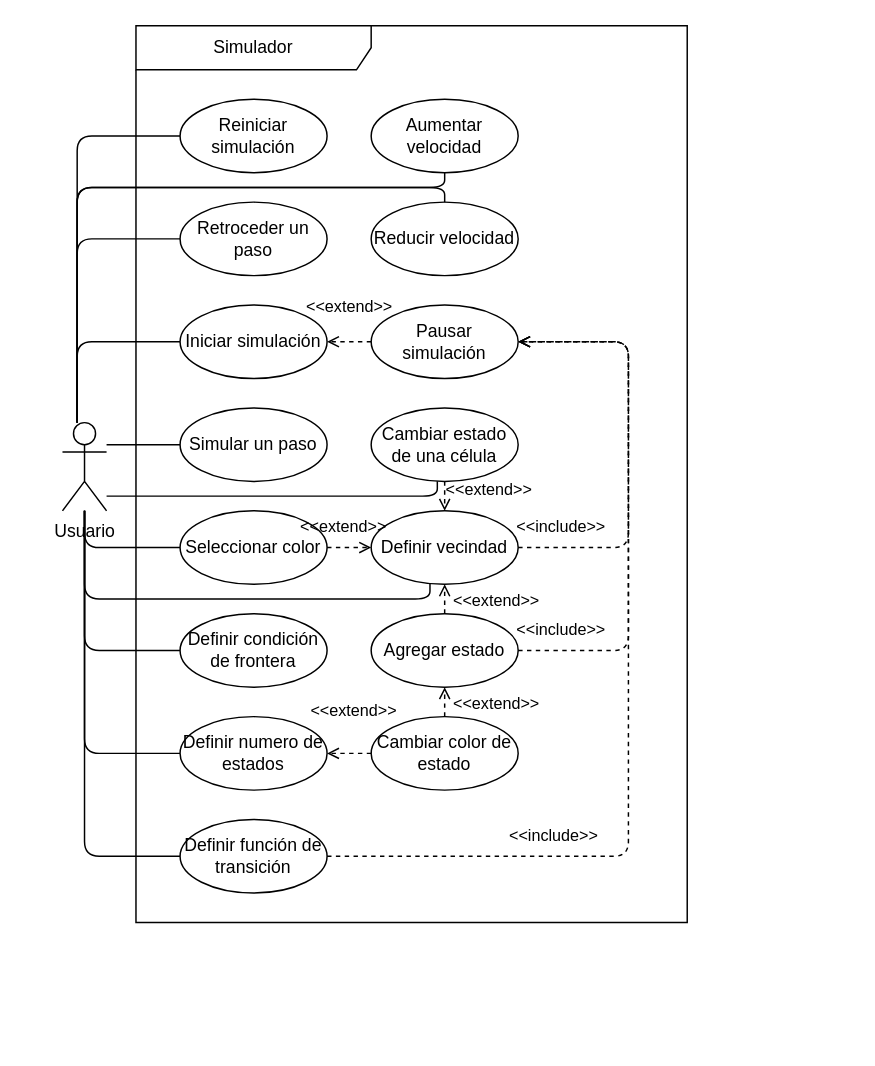
Earlier version of the draw.io diagram Documentation/_resources/UML_UCD.drawio (JesseAngeles/Automatas-Celulares-Neuronales). Source tidied: cells renumbered, new cells numbered last; positions are measured from the earlier drawing's top-left corner, leaving out a move shared by most shapes. Both pictures are drawn from the tidied source at 147%, with x=0, y=0 at pixel (62, 25).
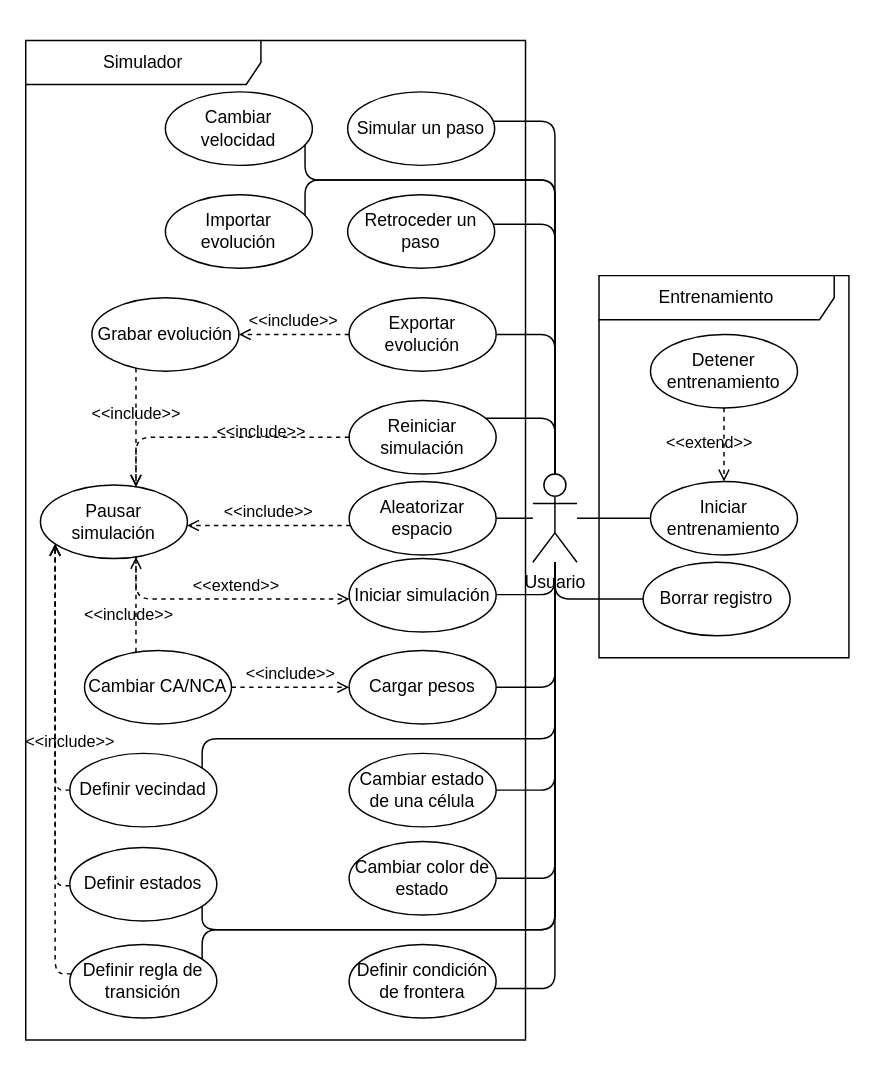
The same diagram, later.

What changed in the source:
```diff
@@
+    <mxCell id="6" value="Entrenamiento" style="shape=umlFrame;whiteSpace=wrap;html=1;width=160;" parent="1" vertex="1">
+      <mxGeometry x="365" y="170" width="170" height="260" as="geometry" />
+    </mxCell>
+    <mxCell id="40" value="Iniciar entrenamiento" style="ellipse;whiteSpace=wrap;html=1;" parent="6" vertex="1">
+      <mxGeometry x="35" y="140" width="100" height="50" as="geometry" />
+    </mxCell>
+    <mxCell id="41" value="Detener entrenamiento" style="ellipse;whiteSpace=wrap;html=1;" parent="6" vertex="1">
+      <mxGeometry x="35" y="40" width="100" height="50" as="geometry" />
+    </mxCell>
+    <mxCell id="42" value="Borrar registro" style="ellipse;whiteSpace=wrap;html=1;" parent="6" vertex="1">
+      <mxGeometry x="30" y="195" width="100" height="50" as="geometry" />
+    </mxCell>
+    <mxCell id="43" value="&amp;lt;&amp;lt;extend&amp;gt;&amp;gt;" style="html=1;verticalAlign=bottom;labelBackgroundColor=none;endArrow=open;endFill=0;dashed=1;edgeStyle=orthogonalEdgeStyle;" parent="6" edge="1" source="41" target="40">
+      <mxGeometry x="0.33" y="-10" relative="1" as="geometry" />
+    </mxCell>
+    <mxCell id="44" value="Simulador" style="shape=umlFrame;whiteSpace=wrap;html=1;width=160;" parent="1" vertex="1">
+      <mxGeometry x="-25" y="10" width="340" height="680" as="geometry" />
+    </mxCell>
+    <mxCell id="45" value="Cargar pesos" style="ellipse;whiteSpace=wrap;html=1;" parent="44" vertex="1">
+      <mxGeometry x="220" y="415" width="100" height="50" as="geometry" />
+    </mxCell>
+    <mxCell id="46" value="Cambiar CA/NCA" style="ellipse;whiteSpace=wrap;html=1;" parent="44" vertex="1">
+      <mxGeometry x="40" y="415" width="100" height="50" as="geometry" />
+    </mxCell>
+    <mxCell id="9" value="Definir vecindad" style="ellipse;whiteSpace=wrap;html=1;" parent="44" vertex="1">
+      <mxGeometry x="30" y="485" width="100" height="50" as="geometry" />
+    </mxCell>
+    <mxCell id="5" value="Definir estados" style="ellipse;whiteSpace=wrap;html=1;" parent="44" vertex="1">
+      <mxGeometry x="30" y="549" width="100" height="50" as="geometry" />
+    </mxCell>
+    <mxCell id="8" value="Definir condición de frontera" style="ellipse;whiteSpace=wrap;html=1;" parent="44" vertex="1">
+      <mxGeometry x="220" y="615" width="100" height="50" as="geometry" />
+    </mxCell>
+    <mxCell id="12" value="Cambiar color de estado" style="ellipse;whiteSpace=wrap;html=1;" parent="44" vertex="1">
+      <mxGeometry x="220" y="545" width="100" height="50" as="geometry" />
+    </mxCell>
+    <mxCell id="7" value="Definir regla de transición" style="ellipse;whiteSpace=wrap;html=1;" parent="44" vertex="1">
+      <mxGeometry x="30" y="615" width="100" height="50" as="geometry" />
+    </mxCell>
-    <mxCell id="2" value="Cambiar estado de una célula" style="ellipse;whiteSpace=wrap;html=1;" parent="1" vertex="1">
-      <mxGeometry x="210" y="260" width="100" height="50" as="geometry" />
+    <mxCell id="2" value="Cambiar estado de una célula" style="ellipse;whiteSpace=wrap;html=1;" parent="44" vertex="1">
+      <mxGeometry x="220" y="485" width="100" height="50" as="geometry" />
     </mxCell>
-    <mxCell id="3" style="endArrow=none;html=1;edgeStyle=orthogonalEdgeStyle;" parent="1" edge="1" source="25" target="18">
-      <mxGeometry relative="1" as="geometry">
-        <Array as="points">
-          <mxPoint x="10" y="215" />
-        </Array>
-      </mxGeometry>
-    </mxCell>
-    <mxCell id="4" value="Simular un paso" style="ellipse;whiteSpace=wrap;html=1;" parent="1" vertex="1">
-      <mxGeometry x="80" y="260" width="100" height="50" as="geometry" />
-    </mxCell>
-    <mxCell id="5" value="Definir numero de estados" style="ellipse;whiteSpace=wrap;html=1;" parent="1" vertex="1">
-      <mxGeometry x="80" y="470" width="100" height="50" as="geometry" />
-    </mxCell>
-    <mxCell id="6" value="Simulador" style="shape=umlFrame;whiteSpace=wrap;html=1;width=160;" parent="1" vertex="1">
-      <mxGeometry x="50" width="375" height="610" as="geometry" />
-    </mxCell>
-    <mxCell id="7" value="Definir función de transición" style="ellipse;whiteSpace=wrap;html=1;" parent="6" vertex="1">
-      <mxGeometry x="30" y="540" width="100" height="50" as="geometry" />
-    </mxCell>
-    <mxCell id="8" value="Definir condición de frontera" style="ellipse;whiteSpace=wrap;html=1;" parent="6" vertex="1">
-      <mxGeometry x="30" y="400" width="100" height="50" as="geometry" />
-    </mxCell>
-    <mxCell id="9" value="Definir vecindad" style="ellipse;whiteSpace=wrap;html=1;" parent="6" vertex="1">
-      <mxGeometry x="160" y="330" width="100" height="50" as="geometry" />
-    </mxCell>
-    <mxCell id="10" value="Agregar estado" style="ellipse;whiteSpace=wrap;html=1;" parent="6" vertex="1">
-      <mxGeometry x="160" y="400" width="100" height="50" as="geometry" />
-    </mxCell>
-    <mxCell id="11" value="&amp;lt;&amp;lt;extend&amp;gt;&amp;gt;" style="html=1;verticalAlign=bottom;labelBackgroundColor=none;endArrow=open;endFill=0;dashed=1;edgeStyle=orthogonalEdgeStyle;" parent="6" edge="1" source="10" target="9">
-      <mxGeometry x="-1" y="-35" relative="1" as="geometry" />
-    </mxCell>
-    <mxCell id="12" value="Cambiar color de estado" style="ellipse;whiteSpace=wrap;html=1;" parent="6" vertex="1">
-      <mxGeometry x="160" y="470" width="100" height="50" as="geometry" />
-    </mxCell>
-    <mxCell id="13" value="&amp;lt;&amp;lt;extend&amp;gt;&amp;gt;" style="html=1;verticalAlign=bottom;labelBackgroundColor=none;endArrow=open;endFill=0;dashed=1;edgeStyle=orthogonalEdgeStyle;" parent="6" edge="1" source="12" target="10">
-      <mxGeometry x="-1" y="-35" relative="1" as="geometry" />
-    </mxCell>
-    <mxCell id="14" value="Reiniciar simulación" style="ellipse;whiteSpace=wrap;html=1;" parent="6" vertex="1">
-      <mxGeometry x="30" y="50" width="100" height="50" as="geometry" />
+    <mxCell id="14" value="Reiniciar simulación" style="ellipse;whiteSpace=wrap;html=1;" parent="44" vertex="1">
+      <mxGeometry x="220" y="245" width="100" height="50" as="geometry" />
     </mxCell>
-    <mxCell id="15" value="Retroceder un paso" style="ellipse;whiteSpace=wrap;html=1;" parent="6" vertex="1">
-      <mxGeometry x="30" y="120" width="100" height="50" as="geometry" />
-    </mxCell>
-    <mxCell id="16" value="Aumentar velocidad" style="ellipse;whiteSpace=wrap;html=1;" parent="6" vertex="1">
-      <mxGeometry x="160" y="50" width="100" height="50" as="geometry" />
-    </mxCell>
-    <mxCell id="17" value="Reducir velocidad" style="ellipse;whiteSpace=wrap;html=1;" parent="6" vertex="1">
-      <mxGeometry x="160" y="120" width="100" height="50" as="geometry" />
-    </mxCell>
+    <mxCell id="47" value="Aleatorizar espacio" style="ellipse;whiteSpace=wrap;html=1;" parent="44" vertex="1">
+      <mxGeometry x="220" y="300" width="100" height="50" as="geometry" />
+    </mxCell>
-    <mxCell id="18" value="Iniciar simulación" style="ellipse;whiteSpace=wrap;html=1;" parent="6" vertex="1">
-      <mxGeometry x="30" y="190" width="100" height="50" as="geometry" />
+    <mxCell id="18" value="Iniciar simulación" style="ellipse;whiteSpace=wrap;html=1;" parent="44" vertex="1">
+      <mxGeometry x="220" y="352.5" width="100" height="50" as="geometry" />
     </mxCell>
-    <mxCell id="19" value="Pausar simulación" style="ellipse;whiteSpace=wrap;html=1;" parent="6" vertex="1">
-      <mxGeometry x="160" y="190" width="100" height="50" as="geometry" />
+    <mxCell id="19" value="Pausar simulación" style="ellipse;whiteSpace=wrap;html=1;" parent="44" vertex="1">
+      <mxGeometry x="10" y="302.5" width="100" height="50" as="geometry" />
     </mxCell>
+    <mxCell id="48" value="&amp;lt;&amp;lt;include&amp;gt;&amp;gt;" style="html=1;verticalAlign=bottom;labelBackgroundColor=none;endArrow=open;endFill=0;dashed=1;edgeStyle=orthogonalEdgeStyle;" parent="44" edge="1" source="14" target="19">
+      <mxGeometry x="-0.33" y="5" relative="1" as="geometry">
+        <Array as="points">
+          <mxPoint x="75" y="270" />
+        </Array>
+      </mxGeometry>
+    </mxCell>
+    <mxCell id="49" value="&amp;lt;&amp;lt;include&amp;gt;&amp;gt;" style="html=1;verticalAlign=bottom;labelBackgroundColor=none;endArrow=open;endFill=0;dashed=1;edgeStyle=orthogonalEdgeStyle;" parent="44" edge="1" source="47" target="19">
+      <mxGeometry relative="1" as="geometry">
+        <Array as="points">
+          <mxPoint x="145" y="330" />
+          <mxPoint x="145" y="330" />
+        </Array>
+      </mxGeometry>
+    </mxCell>
+    <mxCell id="23" value="&amp;lt;&amp;lt;extend&amp;gt;&amp;gt;" style="html=1;verticalAlign=bottom;labelBackgroundColor=none;endArrow=open;endFill=0;dashed=1;edgeStyle=orthogonalEdgeStyle;" parent="44" edge="1" source="19" target="18">
+      <mxGeometry x="0.12" relative="1" as="geometry">
+        <Array as="points">
+          <mxPoint x="75" y="380" />
+        </Array>
+      </mxGeometry>
+    </mxCell>
+    <mxCell id="50" value="&amp;lt;&amp;lt;include&amp;gt;&amp;gt;" style="html=1;verticalAlign=bottom;labelBackgroundColor=none;endArrow=open;endFill=0;dashed=1;edgeStyle=orthogonalEdgeStyle;" parent="44" edge="1" source="51" target="52">
+      <mxGeometry relative="1" as="geometry" />
+    </mxCell>
+    <mxCell id="51" value="Exportar evolución" style="ellipse;whiteSpace=wrap;html=1;" parent="44" vertex="1">
+      <mxGeometry x="220" y="175" width="100" height="50" as="geometry" />
+    </mxCell>
+    <mxCell id="52" value="Grabar evolución" style="ellipse;whiteSpace=wrap;html=1;" parent="44" vertex="1">
+      <mxGeometry x="45" y="175" width="100" height="50" as="geometry" />
+    </mxCell>
+    <mxCell id="53" value="Importar evolución" style="ellipse;whiteSpace=wrap;html=1;" parent="44" vertex="1">
+      <mxGeometry x="95" y="105" width="100" height="50" as="geometry" />
+    </mxCell>
+    <mxCell id="15" value="Retroceder un paso" style="ellipse;whiteSpace=wrap;html=1;" parent="44" vertex="1">
+      <mxGeometry x="219" y="105" width="100" height="50" as="geometry" />
+    </mxCell>
+    <mxCell id="4" value="Simular un paso" style="ellipse;whiteSpace=wrap;html=1;" parent="44" vertex="1">
+      <mxGeometry x="219" y="35" width="100" height="50" as="geometry" />
+    </mxCell>
+    <mxCell id="16" value="Cambiar velocidad" style="ellipse;whiteSpace=wrap;html=1;" parent="44" vertex="1">
+      <mxGeometry x="95" y="35" width="100" height="50" as="geometry" />
+    </mxCell>
+    <mxCell id="54" value="&amp;lt;&amp;lt;include&amp;gt;&amp;gt;" style="html=1;verticalAlign=bottom;labelBackgroundColor=none;endArrow=open;endFill=0;dashed=1;edgeStyle=orthogonalEdgeStyle;" parent="44" edge="1" source="52" target="19">
+      <mxGeometry relative="1" as="geometry">
+        <Array as="points">
+          <mxPoint x="75" y="265" />
+          <mxPoint x="75" y="265" />
+        </Array>
+      </mxGeometry>
+    </mxCell>
+    <mxCell id="55" value="&amp;lt;&amp;lt;include&amp;gt;&amp;gt;" style="html=1;verticalAlign=bottom;labelBackgroundColor=none;endArrow=open;endFill=0;dashed=1;edgeStyle=orthogonalEdgeStyle;" parent="44" edge="1" source="46" target="45">
+      <mxGeometry relative="1" as="geometry" />
+    </mxCell>
+    <mxCell id="56" value="&amp;lt;&amp;lt;include&amp;gt;&amp;gt;" style="html=1;verticalAlign=bottom;labelBackgroundColor=none;endArrow=open;endFill=0;dashed=1;edgeStyle=orthogonalEdgeStyle;" parent="44" edge="1" source="46" target="19">
+      <mxGeometry x="-0.5" y="5" relative="1" as="geometry">
+        <Array as="points">
+          <mxPoint x="75" y="395" />
+          <mxPoint x="75" y="395" />
+        </Array>
+      </mxGeometry>
+    </mxCell>
-    <mxCell id="20" value="&amp;lt;&amp;lt;include&amp;gt;&amp;gt;" style="html=1;verticalAlign=bottom;labelBackgroundColor=none;endArrow=open;endFill=0;dashed=1;edgeStyle=orthogonalEdgeStyle;" parent="6" edge="1" source="7" target="19">
-      <mxGeometry x="-0.51" y="5" relative="1" as="geometry">
+    <mxCell id="20" style="html=1;verticalAlign=bottom;labelBackgroundColor=none;endArrow=open;endFill=0;dashed=1;edgeStyle=orthogonalEdgeStyle;" parent="44" edge="1" source="7" target="19">
+      <mxGeometry relative="1" as="geometry">
         <Array as="points">
-          <mxPoint x="335" y="565" />
-          <mxPoint x="335" y="215" />
+          <mxPoint x="20" y="635" />
         </Array>
       </mxGeometry>
     </mxCell>
-    <mxCell id="21" value="&amp;lt;&amp;lt;include&amp;gt;&amp;gt;" style="html=1;verticalAlign=bottom;labelBackgroundColor=none;endArrow=open;endFill=0;dashed=1;edgeStyle=orthogonalEdgeStyle;" parent="6" edge="1" source="10" target="19">
-      <mxGeometry x="-0.84" y="5" relative="1" as="geometry">
-        <Array as="points">
-          <mxPoint x="335" y="425" />
-          <mxPoint x="335" y="215" />
-        </Array>
-      </mxGeometry>
-    </mxCell>
+    <mxCell id="57" style="html=1;verticalAlign=bottom;labelBackgroundColor=none;endArrow=open;endFill=0;dashed=1;edgeStyle=orthogonalEdgeStyle;" parent="44" edge="1" source="5" target="19">
+      <mxGeometry relative="1" as="geometry">
+        <Array as="points">
+          <mxPoint x="20" y="575" />
+        </Array>
+      </mxGeometry>
+    </mxCell>
-    <mxCell id="22" value="&amp;lt;&amp;lt;include&amp;gt;&amp;gt;" style="html=1;verticalAlign=bottom;labelBackgroundColor=none;endArrow=open;endFill=0;dashed=1;edgeStyle=orthogonalEdgeStyle;" parent="6" edge="1" source="9" target="19">
-      <mxGeometry x="-0.8" y="5" relative="1" as="geometry">
+    <mxCell id="22" value="&amp;lt;&amp;lt;include&amp;gt;&amp;gt;" style="html=1;verticalAlign=bottom;labelBackgroundColor=none;endArrow=open;endFill=0;dashed=1;edgeStyle=orthogonalEdgeStyle;" parent="44" edge="1" source="9" target="19">
+      <mxGeometry x="-0.62" y="-10" relative="1" as="geometry">
         <Array as="points">
-          <mxPoint x="335" y="355" />
-          <mxPoint x="335" y="215" />
+          <mxPoint x="20" y="510" />
         </Array>
       </mxGeometry>
     </mxCell>
-    <mxCell id="23" value="&amp;lt;&amp;lt;extend&amp;gt;&amp;gt;" style="html=1;verticalAlign=bottom;labelBackgroundColor=none;endArrow=open;endFill=0;dashed=1;edgeStyle=orthogonalEdgeStyle;" parent="6" edge="1" source="19" target="18">
-      <mxGeometry y="-15" relative="1" as="geometry" />
-    </mxCell>
-    <mxCell id="24" style="endArrow=none;html=1;edgeStyle=orthogonalEdgeStyle;" parent="1" edge="1" source="25" target="14">
-      <mxGeometry relative="1" as="geometry">
-        <Array as="points">
-          <mxPoint x="10" y="75" />
-        </Array>
-      </mxGeometry>
-    </mxCell>
+    <mxCell id="58" style="endArrow=none;html=1;edgeStyle=orthogonalEdgeStyle;" parent="1" edge="1" source="40" target="25">
+      <mxGeometry relative="1" as="geometry" />
+    </mxCell>
+    <mxCell id="59" style="endArrow=none;html=1;edgeStyle=orthogonalEdgeStyle;" parent="1" edge="1" source="42" target="25">
+      <mxGeometry relative="1" as="geometry">
+        <Array as="points">
+          <mxPoint x="335" y="390" />
+        </Array>
+      </mxGeometry>
+    </mxCell>
     <mxCell id="25" value="Usuario" style="shape=umlActor;verticalLabelPosition=bottom;verticalAlign=top;html=1;outlineConnect=0;" parent="1" vertex="1">
-      <mxGeometry y="270" width="30" height="60" as="geometry" />
+      <mxGeometry x="320" y="305" width="30" height="60" as="geometry" />
     </mxCell>
-    <mxCell id="26" style="endArrow=none;html=1;edgeStyle=orthogonalEdgeStyle;" parent="1" edge="1" source="25" target="15">
-      <mxGeometry relative="1" as="geometry">
-        <Array as="points">
-          <mxPoint x="10" y="145" />
-        </Array>
-      </mxGeometry>
-    </mxCell>
-    <mxCell id="27" style="endArrow=none;html=1;edgeStyle=orthogonalEdgeStyle;" parent="1" edge="1" source="25" target="17">
-      <mxGeometry relative="1" as="geometry">
-        <Array as="points">
-          <mxPoint x="10" y="110" />
-          <mxPoint x="260" y="110" />
-        </Array>
-      </mxGeometry>
-    </mxCell>
-    <mxCell id="28" style="endArrow=none;html=1;edgeStyle=orthogonalEdgeStyle;" parent="1" edge="1" source="25" target="4">
-      <mxGeometry relative="1" as="geometry">
-        <Array as="points">
-          <mxPoint x="60" y="285" />
-          <mxPoint x="60" y="285" />
-        </Array>
-      </mxGeometry>
-    </mxCell>
-    <mxCell id="29" style="endArrow=none;html=1;edgeStyle=orthogonalEdgeStyle;" parent="1" edge="1" source="25" target="16">
-      <mxGeometry relative="1" as="geometry">
-        <Array as="points">
-          <mxPoint x="10" y="110" />
-          <mxPoint x="260" y="110" />
-        </Array>
-      </mxGeometry>
-    </mxCell>
-    <mxCell id="30" value="Seleccionar color" style="ellipse;whiteSpace=wrap;html=1;" parent="1" vertex="1">
-      <mxGeometry x="80" y="330" width="100" height="50" as="geometry" />
-    </mxCell>
-    <mxCell id="31" style="endArrow=none;html=1;edgeStyle=orthogonalEdgeStyle;" parent="1" edge="1" source="25" target="30">
-      <mxGeometry relative="1" as="geometry">
-        <Array as="points">
-          <mxPoint x="15" y="355" />
-        </Array>
-      </mxGeometry>
-    </mxCell>
+    <mxCell id="35" style="endArrow=none;html=1;edgeStyle=orthogonalEdgeStyle;" parent="1" edge="1" source="25" target="2">
+      <mxGeometry relative="1" as="geometry">
+        <Array as="points">
+          <mxPoint x="335" y="520" />
+        </Array>
+      </mxGeometry>
+    </mxCell>
+    <mxCell id="60" style="endArrow=none;html=1;edgeStyle=orthogonalEdgeStyle;" parent="1" edge="1" source="25" target="12">
+      <mxGeometry relative="1" as="geometry">
+        <Array as="points">
+          <mxPoint x="335" y="580" />
+        </Array>
+      </mxGeometry>
+    </mxCell>
+    <mxCell id="61" style="endArrow=none;html=1;edgeStyle=orthogonalEdgeStyle;" parent="1" edge="1" source="45" target="25">
+      <mxGeometry relative="1" as="geometry">
+        <Array as="points">
+          <mxPoint x="335" y="450" />
+        </Array>
+      </mxGeometry>
+    </mxCell>
+    <mxCell id="62" style="endArrow=none;html=1;edgeStyle=orthogonalEdgeStyle;" parent="1" edge="1" source="14" target="25">
+      <mxGeometry relative="1" as="geometry">
+        <Array as="points">
+          <mxPoint x="335" y="267" />
+        </Array>
+      </mxGeometry>
+    </mxCell>
+    <mxCell id="63" style="endArrow=none;html=1;edgeStyle=orthogonalEdgeStyle;" parent="1" edge="1" source="47" target="25">
+      <mxGeometry relative="1" as="geometry" />
+    </mxCell>
+    <mxCell id="3" style="endArrow=none;html=1;edgeStyle=orthogonalEdgeStyle;" parent="1" edge="1" source="25" target="18">
+      <mxGeometry relative="1" as="geometry">
+        <Array as="points">
+          <mxPoint x="335" y="387" />
+        </Array>
+      </mxGeometry>
+    </mxCell>
+    <mxCell id="64" style="endArrow=none;html=1;edgeStyle=orthogonalEdgeStyle;" parent="1" edge="1" source="51" target="25">
+      <mxGeometry relative="1" as="geometry">
+        <Array as="points">
+          <mxPoint x="335" y="210" />
+        </Array>
+      </mxGeometry>
+    </mxCell>
+    <mxCell id="65" style="endArrow=none;html=1;edgeStyle=orthogonalEdgeStyle;" parent="1" edge="1" source="15" target="25">
+      <mxGeometry relative="1" as="geometry">
+        <Array as="points">
+          <mxPoint x="335" y="135" />
+        </Array>
+      </mxGeometry>
+    </mxCell>
+    <mxCell id="66" style="endArrow=none;html=1;edgeStyle=orthogonalEdgeStyle;" parent="1" edge="1" source="4" target="25">
+      <mxGeometry relative="1" as="geometry">
+        <Array as="points">
+          <mxPoint x="335" y="65" />
+        </Array>
+      </mxGeometry>
+    </mxCell>
+    <mxCell id="39" style="endArrow=none;html=1;edgeStyle=orthogonalEdgeStyle;" parent="1" edge="1" source="25" target="8">
+      <mxGeometry relative="1" as="geometry">
+        <Array as="points">
+          <mxPoint x="335" y="655" />
+        </Array>
+      </mxGeometry>
+    </mxCell>
     <mxCell id="32" style="endArrow=none;html=1;edgeStyle=orthogonalEdgeStyle;" parent="1" edge="1" source="25" target="9">
       <mxGeometry relative="1" as="geometry">
         <Array as="points">
-          <mxPoint x="15" y="390" />
-          <mxPoint x="250" y="390" />
+          <mxPoint x="335" y="485" />
+          <mxPoint x="95" y="485" />
         </Array>
       </mxGeometry>
     </mxCell>
+    <mxCell id="67" style="endArrow=none;html=1;edgeStyle=orthogonalEdgeStyle;" parent="1" edge="1" source="16" target="25">
+      <mxGeometry relative="1" as="geometry">
+        <Array as="points">
+          <mxPoint x="165" y="105" />
+          <mxPoint x="335" y="105" />
+        </Array>
+      </mxGeometry>
+    </mxCell>
+    <mxCell id="68" style="endArrow=none;html=1;edgeStyle=orthogonalEdgeStyle;" parent="1" edge="1" source="53" target="25">
+      <mxGeometry relative="1" as="geometry">
+        <Array as="points">
+          <mxPoint x="165" y="105" />
+          <mxPoint x="335" y="105" />
+        </Array>
+      </mxGeometry>
+    </mxCell>
+    <mxCell id="34" style="endArrow=none;html=1;edgeStyle=orthogonalEdgeStyle;" parent="1" edge="1" source="25" target="7">
+      <mxGeometry relative="1" as="geometry">
+        <Array as="points">
+          <mxPoint x="335" y="615" />
+          <mxPoint x="95" y="615" />
+        </Array>
+      </mxGeometry>
+    </mxCell>
     <mxCell id="33" style="endArrow=none;html=1;edgeStyle=orthogonalEdgeStyle;" parent="1" edge="1" source="25" target="5">
       <mxGeometry relative="1" as="geometry">
         <Array as="points">
-          <mxPoint x="15" y="495" />
+          <mxPoint x="335" y="615" />
+          <mxPoint x="95" y="615" />
         </Array>
       </mxGeometry>
     </mxCell>
-    <mxCell id="34" style="endArrow=none;html=1;edgeStyle=orthogonalEdgeStyle;" parent="1" edge="1" source="25" target="7">
-      <mxGeometry relative="1" as="geometry">
-        <Array as="points">
-          <mxPoint x="15" y="565" />
-        </Array>
-      </mxGeometry>
-    </mxCell>
-    <mxCell id="35" style="endArrow=none;html=1;edgeStyle=orthogonalEdgeStyle;" parent="1" edge="1" source="25" target="2">
-      <mxGeometry relative="1" as="geometry">
-        <Array as="points">
-          <mxPoint x="255" y="320" />
-        </Array>
-      </mxGeometry>
-    </mxCell>
-    <mxCell id="36" value="&amp;lt;&amp;lt;extend&amp;gt;&amp;gt;" style="html=1;verticalAlign=bottom;labelBackgroundColor=none;endArrow=open;endFill=0;dashed=1;edgeStyle=orthogonalEdgeStyle;" parent="1" edge="1" source="30" target="9">
-      <mxGeometry x="-0.28" y="5" relative="1" as="geometry" />
-    </mxCell>
-    <mxCell id="37" value="&amp;lt;&amp;lt;extend&amp;gt;&amp;gt;" style="html=1;verticalAlign=bottom;labelBackgroundColor=none;endArrow=open;endFill=0;dashed=1;edgeStyle=orthogonalEdgeStyle;" parent="1" edge="1" source="2" target="9">
-      <mxGeometry x="0.54" y="30" relative="1" as="geometry">
-        <Array as="points">
-          <mxPoint x="275" y="350" />
-          <mxPoint x="275" y="350" />
-        </Array>
-      </mxGeometry>
-    </mxCell>
-    <mxCell id="38" value="&amp;lt;&amp;lt;extend&amp;gt;&amp;gt;" style="html=1;verticalAlign=bottom;labelBackgroundColor=none;endArrow=open;endFill=0;dashed=1;edgeStyle=orthogonalEdgeStyle;" parent="1" edge="1" source="12" target="5">
-      <mxGeometry x="-0.2" y="-20" relative="1" as="geometry">
-        <Array as="points">
-          <mxPoint x="225" y="495" />
-          <mxPoint x="225" y="495" />
-        </Array>
-      </mxGeometry>
-    </mxCell>
-    <mxCell id="39" style="endArrow=none;html=1;edgeStyle=orthogonalEdgeStyle;" parent="1" edge="1" source="25" target="8">
-      <mxGeometry relative="1" as="geometry">
-        <Array as="points">
-          <mxPoint x="15" y="425" />
-        </Array>
-      </mxGeometry>
-    </mxCell>
```
